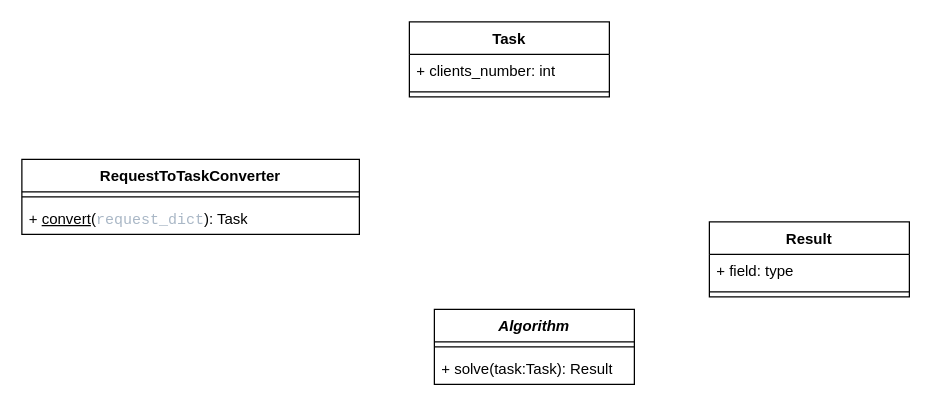
Earlier version of the draw.io diagram diagrams/class_diagram.drawio (AI-Alliance/OptiRoute). Source tidied: cells renumbered, new cells numbered last; positions are measured from the earlier drawing's top-left corner, leaving out a move shared by most shapes. Both pictures are drawn from the tidied source at 125%, with x=0, y=0 at pixel (21, 21).
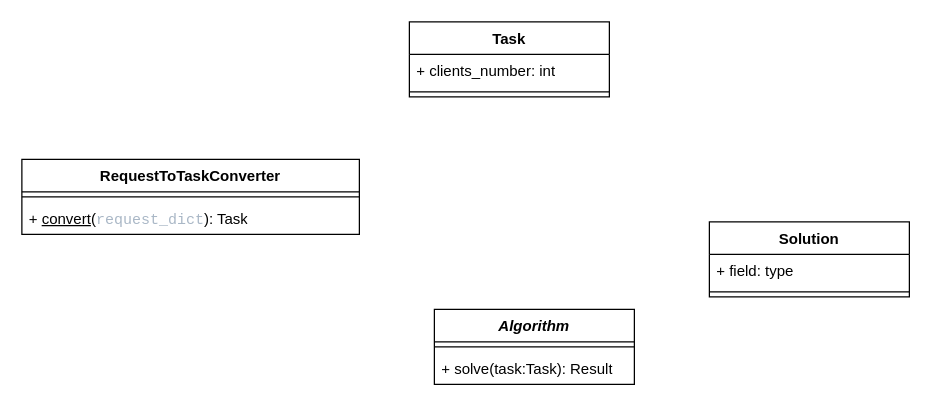
The same page after the edit.

The edit, as a diff of the source:
```diff
@@
 <mxGraphModel>
   <root>
     <mxCell id="0" />
     <mxCell id="1" parent="0" />
     <mxCell id="2" value="RequestToTaskConverter" style="swimlane;fontStyle=1;align=center;verticalAlign=top;horizontal=1;startSize=26;whiteSpace=wrap;html=1;" parent="1" vertex="1">
       <mxGeometry y="110" width="270" height="60" as="geometry" />
     </mxCell>
     <mxCell id="3" style="line;strokeWidth=1;fillColor=none;align=left;verticalAlign=middle;spacingTop=-1;spacingLeft=3;spacingRight=3;labelPosition=right;strokeColor=inherit;" parent="2" vertex="1">
       <mxGeometry y="26" width="270" height="8" as="geometry" />
     </mxCell>
     <mxCell id="4" value="+&amp;nbsp;&lt;u&gt;convert&lt;/u&gt;(&lt;font face=&quot;JetBrains Mono, monospace&quot; color=&quot;#a9b7c6&quot;&gt;request_dict&lt;/font&gt;): Task" style="text;strokeColor=none;fillColor=none;align=left;verticalAlign=top;spacingLeft=4;spacingRight=4;overflow=hidden;whiteSpace=wrap;html=1;" parent="2" vertex="1">
       <mxGeometry y="34" width="270" height="26" as="geometry" />
     </mxCell>
     <mxCell id="5" value="Task" style="swimlane;fontStyle=1;align=center;verticalAlign=top;horizontal=1;startSize=26;whiteSpace=wrap;html=1;" parent="1" vertex="1">
       <mxGeometry x="310" width="160" height="60" as="geometry" />
     </mxCell>
     <mxCell id="6" value="+ clients_number: int" style="text;strokeColor=none;fillColor=none;align=left;verticalAlign=top;spacingLeft=4;spacingRight=4;overflow=hidden;whiteSpace=wrap;html=1;" parent="5" vertex="1">
       <mxGeometry y="26" width="160" height="26" as="geometry" />
     </mxCell>
     <mxCell id="7" style="line;strokeWidth=1;fillColor=none;align=left;verticalAlign=middle;spacingTop=-1;spacingLeft=3;spacingRight=3;labelPosition=right;strokeColor=inherit;" parent="5" vertex="1">
       <mxGeometry y="52" width="160" height="8" as="geometry" />
     </mxCell>
     <mxCell id="8" value="&lt;i&gt;Algorithm&lt;/i&gt;" style="swimlane;fontStyle=1;align=center;verticalAlign=top;horizontal=1;startSize=26;whiteSpace=wrap;html=1;" parent="1" vertex="1">
       <mxGeometry x="330" y="230" width="160" height="60" as="geometry" />
     </mxCell>
     <mxCell id="9" style="line;strokeWidth=1;fillColor=none;align=left;verticalAlign=middle;spacingTop=-1;spacingLeft=3;spacingRight=3;labelPosition=right;strokeColor=inherit;" parent="8" vertex="1">
       <mxGeometry y="26" width="160" height="8" as="geometry" />
     </mxCell>
     <mxCell id="10" value="+ solve(task:Task): Result" style="text;strokeColor=none;fillColor=none;align=left;verticalAlign=top;spacingLeft=4;spacingRight=4;overflow=hidden;whiteSpace=wrap;html=1;" parent="8" vertex="1">
       <mxGeometry y="34" width="160" height="26" as="geometry" />
     </mxCell>
-    <mxCell id="11" value="Result" style="swimlane;fontStyle=1;align=center;verticalAlign=top;horizontal=1;startSize=26;whiteSpace=wrap;html=1;" parent="1" vertex="1">
+    <mxCell id="11" value="Solution" style="swimlane;fontStyle=1;align=center;verticalAlign=top;horizontal=1;startSize=26;whiteSpace=wrap;html=1;" parent="1" vertex="1">
       <mxGeometry x="550" y="160" width="160" height="60" as="geometry" />
     </mxCell>
     <mxCell id="12" value="+ field: type" style="text;strokeColor=none;fillColor=none;align=left;verticalAlign=top;spacingLeft=4;spacingRight=4;overflow=hidden;whiteSpace=wrap;html=1;" parent="11" vertex="1">
       <mxGeometry y="26" width="160" height="26" as="geometry" />
     </mxCell>
     <mxCell id="13" style="line;strokeWidth=1;fillColor=none;align=left;verticalAlign=middle;spacingTop=-1;spacingLeft=3;spacingRight=3;labelPosition=right;strokeColor=inherit;" parent="11" vertex="1">
       <mxGeometry y="52" width="160" height="8" as="geometry" />
     </mxCell>
   </root>
 </mxGraphModel>
```
